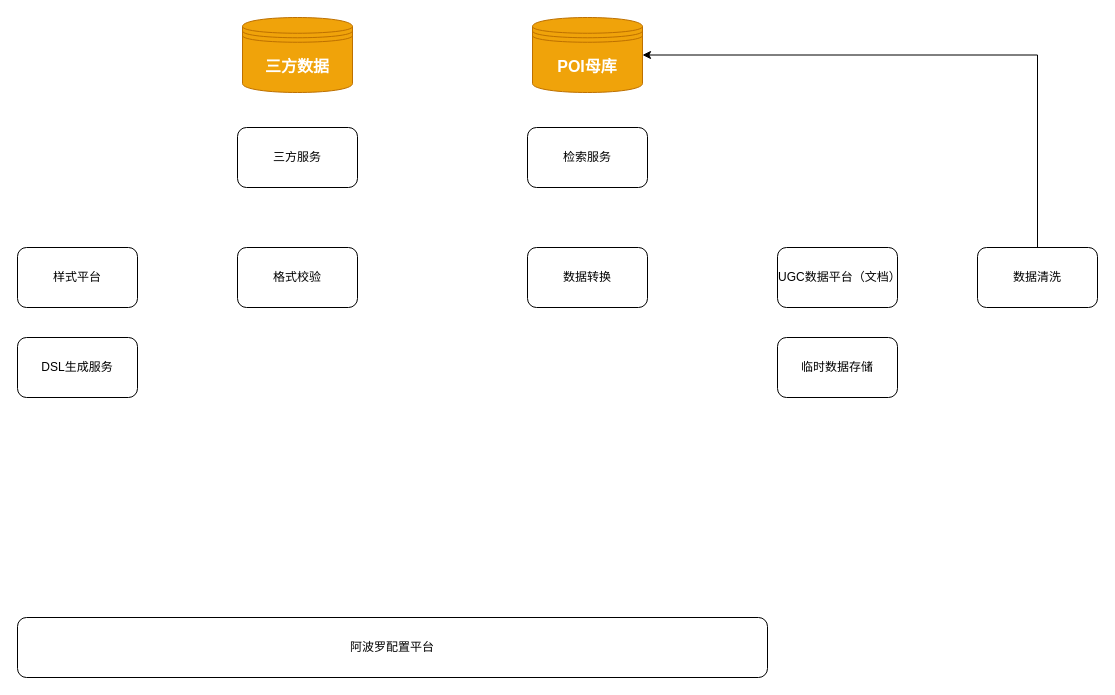
wangziji/graphics keeps this draw.io diagram as page "第 4 页" (4 of 4) of extrodianry-map.drawio. Above is the earlier version. Source tidied: cells renumbered, new cells numbered last; positions are measured from the earlier drawing's top-left corner, leaving out a move shared by most shapes. Both pictures are drawn from the tidied source at 100%, with x=0, y=0 at pixel (17, 17).
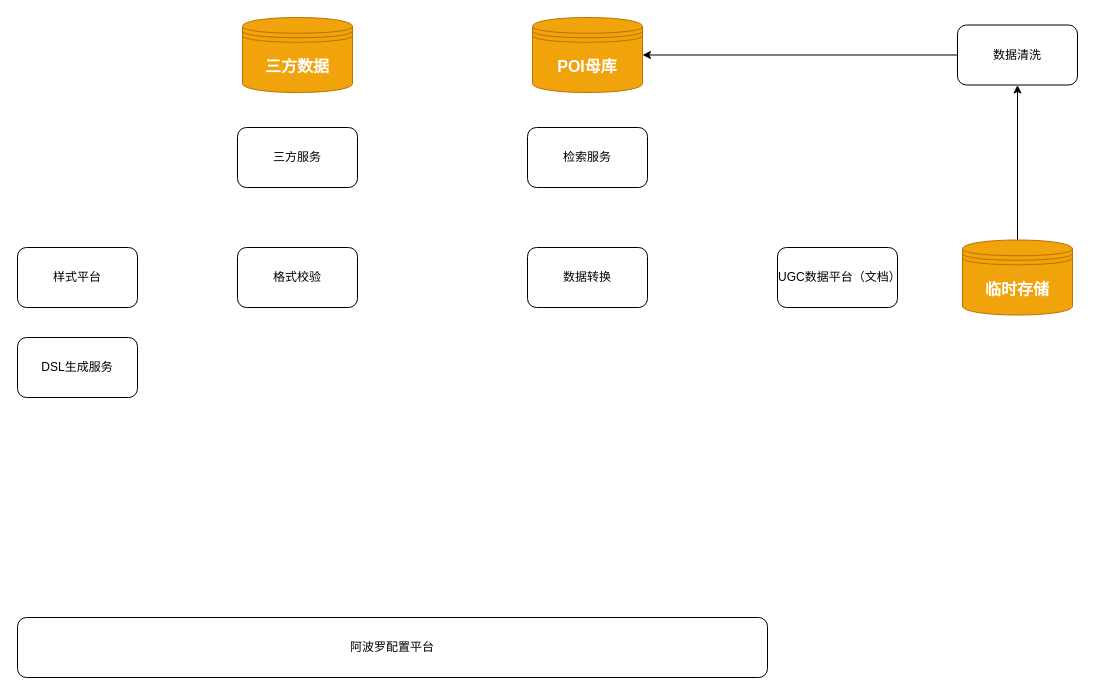
The same page after the edit.

Change to the diagram source:
```diff
@@
 <mxGraphModel>
   <root>
     <mxCell id="0" />
     <mxCell id="1" parent="0" />
     <mxCell id="2" value="样式平台" style="rounded=1;whiteSpace=wrap;html=1;" parent="1" vertex="1">
       <mxGeometry y="230" width="120" height="60" as="geometry" />
     </mxCell>
     <mxCell id="3" value="DSL生成服务" style="rounded=1;whiteSpace=wrap;html=1;" parent="1" vertex="1">
       <mxGeometry y="320" width="120" height="60" as="geometry" />
     </mxCell>
     <mxCell id="4" value="阿波罗配置平台" style="rounded=1;whiteSpace=wrap;html=1;" parent="1" vertex="1">
       <mxGeometry y="600" width="750" height="60" as="geometry" />
     </mxCell>
     <mxCell id="5" value="&lt;b style=&quot;font-size: 16px;&quot;&gt;&lt;font style=&quot;font-size: 16px;&quot;&gt;POI母库&lt;/font&gt;&lt;/b&gt;" style="shape=datastore;whiteSpace=wrap;html=1;fillColor=#f0a30a;strokeColor=#BD7000;fontColor=#ffffff;fontSize=16;" parent="1" vertex="1">
       <mxGeometry x="515" width="110" height="75" as="geometry" />
     </mxCell>
     <mxCell id="6" value="检索服务" style="rounded=1;whiteSpace=wrap;html=1;" parent="1" vertex="1">
       <mxGeometry x="510" y="110" width="120" height="60" as="geometry" />
     </mxCell>
     <mxCell id="7" value="数据转换" style="rounded=1;whiteSpace=wrap;html=1;" parent="1" vertex="1">
       <mxGeometry x="510" y="230" width="120" height="60" as="geometry" />
     </mxCell>
     <mxCell id="8" value="&lt;b&gt;三方数据&lt;/b&gt;" style="shape=datastore;whiteSpace=wrap;html=1;fillColor=#f0a30a;strokeColor=#BD7000;fontColor=#ffffff;fontSize=16;" parent="1" vertex="1">
       <mxGeometry x="225" width="110" height="75" as="geometry" />
     </mxCell>
     <mxCell id="9" value="三方服务" style="rounded=1;whiteSpace=wrap;html=1;" parent="1" vertex="1">
       <mxGeometry x="220" y="110" width="120" height="60" as="geometry" />
     </mxCell>
     <mxCell id="10" value="格式校验" style="rounded=1;whiteSpace=wrap;html=1;" parent="1" vertex="1">
       <mxGeometry x="220" y="230" width="120" height="60" as="geometry" />
     </mxCell>
     <mxCell id="11" value="UGC数据平台（文档）" style="rounded=1;whiteSpace=wrap;html=1;" parent="1" vertex="1">
       <mxGeometry x="760" y="230" width="120" height="60" as="geometry" />
     </mxCell>
-    <mxCell id="12" style="edgeStyle=orthogonalEdgeStyle;rounded=0;jettySize=auto;html=1;exitX=0.5;exitY=0;exitDx=0;exitDy=0;entryX=1;entryY=0.5;entryDx=0;entryDy=0;" parent="1" edge="1" source="13" target="5">
+    <mxCell id="12" style="edgeStyle=orthogonalEdgeStyle;rounded=0;jettySize=auto;html=1;exitX=0;exitY=0.5;exitDx=0;exitDy=0;entryX=1;entryY=0.5;entryDx=0;entryDy=0;" parent="1" edge="1" source="13" target="5">
       <mxGeometry relative="1" as="geometry" />
     </mxCell>
     <mxCell id="13" value="数据清洗" style="rounded=1;whiteSpace=wrap;html=1;" parent="1" vertex="1">
-      <mxGeometry x="960" y="230" width="120" height="60" as="geometry" />
+      <mxGeometry x="940" y="7.5" width="120" height="60" as="geometry" />
     </mxCell>
-    <mxCell id="14" value="临时数据存储" style="rounded=1;whiteSpace=wrap;html=1;" parent="1" vertex="1">
-      <mxGeometry x="760" y="320" width="120" height="60" as="geometry" />
-    </mxCell>
+    <mxCell id="15" style="edgeStyle=orthogonalEdgeStyle;rounded=0;jettySize=auto;html=1;exitX=0.5;exitY=0;exitDx=0;exitDy=0;" parent="1" edge="1" source="16" target="13">
+      <mxGeometry relative="1" as="geometry" />
+    </mxCell>
+    <mxCell id="16" value="&lt;b&gt;临时存储&lt;/b&gt;" style="shape=datastore;whiteSpace=wrap;html=1;fillColor=#f0a30a;strokeColor=#BD7000;fontColor=#ffffff;fontSize=16;" parent="1" vertex="1">
+      <mxGeometry x="945" y="222.5" width="110" height="75" as="geometry" />
+    </mxCell>
   </root>
 </mxGraphModel>
```
